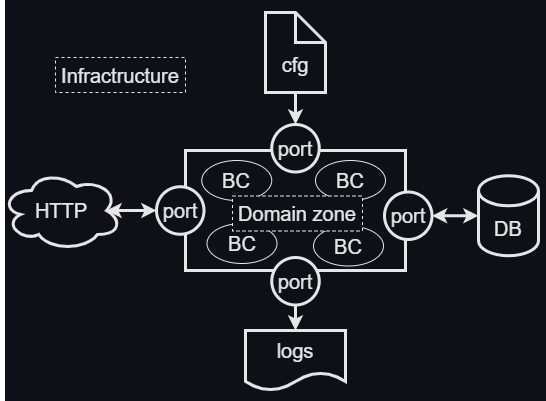
This is asset/domain.png from kselnaag/shortlink, a draw.io export, as it was before one commit. Source tidied: cells renumbered, new cells last; positions are measured from the earlier drawing's top-left corner, leaving out a move shared by most shapes. Its diagram source:
```xml
<mxGraphModel>
  <root>
    <mxCell id="0" />
    <mxCell id="1" parent="0" />
    <mxCell id="2" style="rounded=0;whiteSpace=wrap;html=1;strokeColor=#0D1117;fillColor=#0D1117;" parent="1" vertex="1">
      <mxGeometry x="4" width="540" height="400" as="geometry" />
    </mxCell>
    <mxCell id="3" style="rounded=0;whiteSpace=wrap;html=1;strokeWidth=3;strokeColor=#E6E6E6;fillColor=#0D1117;" parent="1" vertex="1">
      <mxGeometry x="184" y="150" width="220" height="120" as="geometry" />
    </mxCell>
    <mxCell id="4" value="&lt;font style=&quot;background-color: rgb(13, 17, 23);&quot; color=&quot;#e6e6e6&quot;&gt;port&lt;/font&gt;" style="ellipse;whiteSpace=wrap;html=1;strokeWidth=3;fontSize=20;strokeColor=#E6E6E6;fillColor=#0D1117;" parent="1" vertex="1">
      <mxGeometry x="155" y="186.2" width="47.5" height="47.5" as="geometry" />
    </mxCell>
    <mxCell id="5" value="&lt;font style=&quot;background-color: rgb(13, 17, 23);&quot; color=&quot;#e6e6e6&quot;&gt;BC&lt;/font&gt;" style="ellipse;whiteSpace=wrap;html=1;strokeWidth=1;fontSize=20;strokeColor=#E6E6E6;fillColor=#0D1117;" parent="1" vertex="1">
      <mxGeometry x="312" y="225.5" width="70" height="40" as="geometry" />
    </mxCell>
    <mxCell id="6" value="&lt;font style=&quot;background-color: rgb(13, 17, 23);&quot; color=&quot;#e6e6e6&quot;&gt;port&lt;/font&gt;" style="ellipse;whiteSpace=wrap;html=1;strokeWidth=3;fontSize=20;strokeColor=#E6E6E6;fillColor=#0D1117;" parent="1" vertex="1">
      <mxGeometry x="383" y="191.5" width="47.5" height="47.5" as="geometry" />
    </mxCell>
    <mxCell id="7" value="&lt;font style=&quot;background-color: rgb(13, 17, 23);&quot; color=&quot;#e6e6e6&quot;&gt;port&lt;/font&gt;" style="ellipse;whiteSpace=wrap;html=1;strokeWidth=3;fontSize=20;strokeColor=#E6E6E6;fillColor=#0D1117;" parent="1" vertex="1">
      <mxGeometry x="270.2" y="257" width="47.5" height="47.5" as="geometry" />
    </mxCell>
    <mxCell id="8" value="&lt;font color=&quot;#e6e6e6&quot; style=&quot;background-color: rgb(13, 17, 23);&quot;&gt;port&lt;/font&gt;" style="ellipse;whiteSpace=wrap;html=1;strokeWidth=3;fontSize=20;strokeColor=#E6E6E6;fillColor=#0D1117;" parent="1" vertex="1">
      <mxGeometry x="270.2" y="124" width="47.5" height="47.5" as="geometry" />
    </mxCell>
    <mxCell id="9" value="&lt;font style=&quot;background-color: rgb(13, 17, 23);&quot; color=&quot;#e6e6e6&quot;&gt;BC&lt;/font&gt;" style="ellipse;whiteSpace=wrap;html=1;strokeWidth=1;fontSize=20;strokeColor=#E6E6E6;fillColor=#0D1117;" parent="1" vertex="1">
      <mxGeometry x="205.5" y="223" width="70" height="40" as="geometry" />
    </mxCell>
    <mxCell id="10" value="&lt;font style=&quot;background-color: rgb(13, 17, 23);&quot; color=&quot;#e6e6e6&quot;&gt;BC&lt;/font&gt;" style="ellipse;whiteSpace=wrap;html=1;strokeWidth=1;fontSize=20;strokeColor=#E6E6E6;fillColor=#0D1117;" parent="1" vertex="1">
      <mxGeometry x="314" y="160" width="70" height="40" as="geometry" />
    </mxCell>
    <mxCell id="11" value="&lt;font style=&quot;background-color: rgb(13, 17, 23);&quot; color=&quot;#e6e6e6&quot;&gt;BC&lt;/font&gt;" style="ellipse;whiteSpace=wrap;html=1;strokeWidth=1;fontSize=20;strokeColor=#E6E6E6;fillColor=#0D1117;" parent="1" vertex="1">
      <mxGeometry x="200.2" y="160" width="70" height="40" as="geometry" />
    </mxCell>
    <mxCell id="12" value="&lt;font style=&quot;background-color: rgb(13, 17, 23);&quot; color=&quot;#e6e6e6&quot;&gt;DB&lt;/font&gt;" style="shape=cylinder3;whiteSpace=wrap;html=1;boundedLbl=1;backgroundOutline=1;size=15;strokeWidth=3;fontSize=20;strokeColor=#E6E6E6;fillColor=#0D1117;" parent="1" vertex="1">
      <mxGeometry x="477" y="175.2" width="60" height="80" as="geometry" />
    </mxCell>
    <mxCell id="13" style="endArrow=classic;startArrow=classic;html=1;fontSize=20;strokeWidth=3;exitX=0.875;exitY=0.5;exitDx=0;exitDy=0;entryX=0;entryY=0.5;entryDx=0;entryDy=0;strokeColor=#E6E6E6;exitPerimeter=0;" parent="1" edge="1" source="19" target="4">
      <mxGeometry relative="1" as="geometry" />
    </mxCell>
    <mxCell id="14" style="endArrow=classic;startArrow=classic;html=1;fontSize=20;strokeWidth=3;exitX=1;exitY=0.5;exitDx=0;exitDy=0;strokeColor=#E6E6E6;entryX=0;entryY=0.5;entryDx=0;entryDy=0;entryPerimeter=0;" parent="1" edge="1" source="6" target="12">
      <mxGeometry relative="1" as="geometry" />
    </mxCell>
    <mxCell id="15" value="&lt;font style=&quot;background-color: rgb(13, 17, 23);&quot; color=&quot;#e6e6e6&quot;&gt;&lt;br&gt;cfg&lt;/font&gt;" style="shape=note;whiteSpace=wrap;html=1;backgroundOutline=1;darkOpacity=0.05;strokeWidth=3;fontSize=20;strokeColor=#E6E6E6;fillColor=#0D1117;" parent="1" vertex="1">
      <mxGeometry x="264" y="12" width="60" height="80" as="geometry" />
    </mxCell>
    <mxCell id="16" style="endArrow=classic;html=1;strokeWidth=3;fontSize=20;exitX=0.5;exitY=1;exitDx=0;exitDy=0;exitPerimeter=0;entryX=0.5;entryY=0;entryDx=0;entryDy=0;strokeColor=#E6E6E6;" parent="1" edge="1" source="15" target="8">
      <mxGeometry relative="1" as="geometry" />
    </mxCell>
    <mxCell id="17" style="endArrow=classic;html=1;strokeWidth=3;fontSize=20;exitX=0.5;exitY=1;exitDx=0;exitDy=0;strokeColor=#E6E6E6;" parent="1" edge="1" source="7">
      <mxGeometry relative="1" as="geometry">
        <mxPoint x="294" y="330" as="targetPoint" />
      </mxGeometry>
    </mxCell>
    <mxCell id="18" style="shape=document;whiteSpace=wrap;html=1;boundedLbl=1;labelBackgroundColor=#0D1117;strokeColor=#E6E6E6;fontColor=#E6E6E6;fillColor=#0D1117;strokeWidth=3;" parent="1" vertex="1">
      <mxGeometry x="244" y="330" width="100" height="60" as="geometry" />
    </mxCell>
    <mxCell id="19" value="&lt;font style=&quot;background-color: rgb(13, 17, 23);&quot; color=&quot;#e6e6e6&quot;&gt;HTTP&lt;/font&gt;" style="ellipse;shape=cloud;whiteSpace=wrap;html=1;strokeWidth=3;fontSize=20;strokeColor=#E6E6E6;fillColor=#0D1117;" parent="1" vertex="1">
      <mxGeometry y="170" width="120" height="80" as="geometry" />
    </mxCell>
    <mxCell id="20" value="&lt;font style=&quot;background-color: rgb(13, 17, 23);&quot; color=&quot;#e6e6e6&quot;&gt;logs&lt;/font&gt;" style="text;html=1;strokeColor=none;fillColor=none;align=center;verticalAlign=middle;whiteSpace=wrap;rounded=0;strokeWidth=3;fontSize=20;" parent="1" vertex="1">
      <mxGeometry x="264" y="335" width="60" height="30" as="geometry" />
    </mxCell>
    <mxCell id="21" value="&lt;font color=&quot;#e6e6e6&quot; style=&quot;font-size: 20px; background-color: rgb(13, 17, 23);&quot;&gt;Domain zone&lt;/font&gt;" style="text;html=1;strokeColor=#E6E6E6;fillColor=#0D1117;align=center;verticalAlign=middle;whiteSpace=wrap;rounded=0;strokeWidth=1;dashed=1;" parent="1" vertex="1">
      <mxGeometry x="231" y="195.5" width="130" height="35" as="geometry" />
    </mxCell>
    <mxCell id="22" value="&lt;font color=&quot;#e6e6e6&quot; style=&quot;font-size: 20px; background-color: rgb(13, 17, 23);&quot;&gt;Infractructure&lt;/font&gt;" style="text;html=1;strokeColor=#E6E6E6;fillColor=#0D1117;align=center;verticalAlign=middle;whiteSpace=wrap;rounded=0;strokeWidth=1;dashed=1;" parent="1" vertex="1">
      <mxGeometry x="54" y="57" width="130" height="35" as="geometry" />
    </mxCell>
  </root>
</mxGraphModel>
```
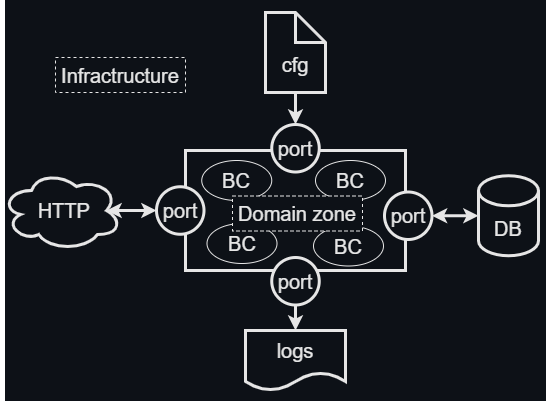
The same file after the commit.

The edit, as a diff of the source:
```diff
@@ -55,7 +55,7 @@
     <mxCell id="18" style="shape=document;whiteSpace=wrap;html=1;boundedLbl=1;labelBackgroundColor=#0D1117;strokeColor=#E6E6E6;fontColor=#E6E6E6;fillColor=#0D1117;strokeWidth=3;" parent="1" vertex="1">
       <mxGeometry x="244" y="330" width="100" height="60" as="geometry" />
     </mxCell>
-    <mxCell id="19" value="&lt;font style=&quot;background-color: rgb(13, 17, 23);&quot; color=&quot;#e6e6e6&quot;&gt;HTTP&lt;/font&gt;" style="ellipse;shape=cloud;whiteSpace=wrap;html=1;strokeWidth=3;fontSize=20;strokeColor=#E6E6E6;fillColor=#0D1117;" parent="1" vertex="1">
+    <mxCell id="19" value="&lt;font style=&quot;background-color: rgb(13, 17, 23);&quot; color=&quot;#e6e6e6&quot;&gt;&amp;nbsp;HTTP&lt;/font&gt;" style="ellipse;shape=cloud;whiteSpace=wrap;html=1;strokeWidth=3;fontSize=20;strokeColor=#E6E6E6;fillColor=#0D1117;" parent="1" vertex="1">
       <mxGeometry y="170" width="120" height="80" as="geometry" />
     </mxCell>
     <mxCell id="20" value="&lt;font style=&quot;background-color: rgb(13, 17, 23);&quot; color=&quot;#e6e6e6&quot;&gt;logs&lt;/font&gt;" style="text;html=1;strokeColor=none;fillColor=none;align=center;verticalAlign=middle;whiteSpace=wrap;rounded=0;strokeWidth=3;fontSize=20;" parent="1" vertex="1">
```
